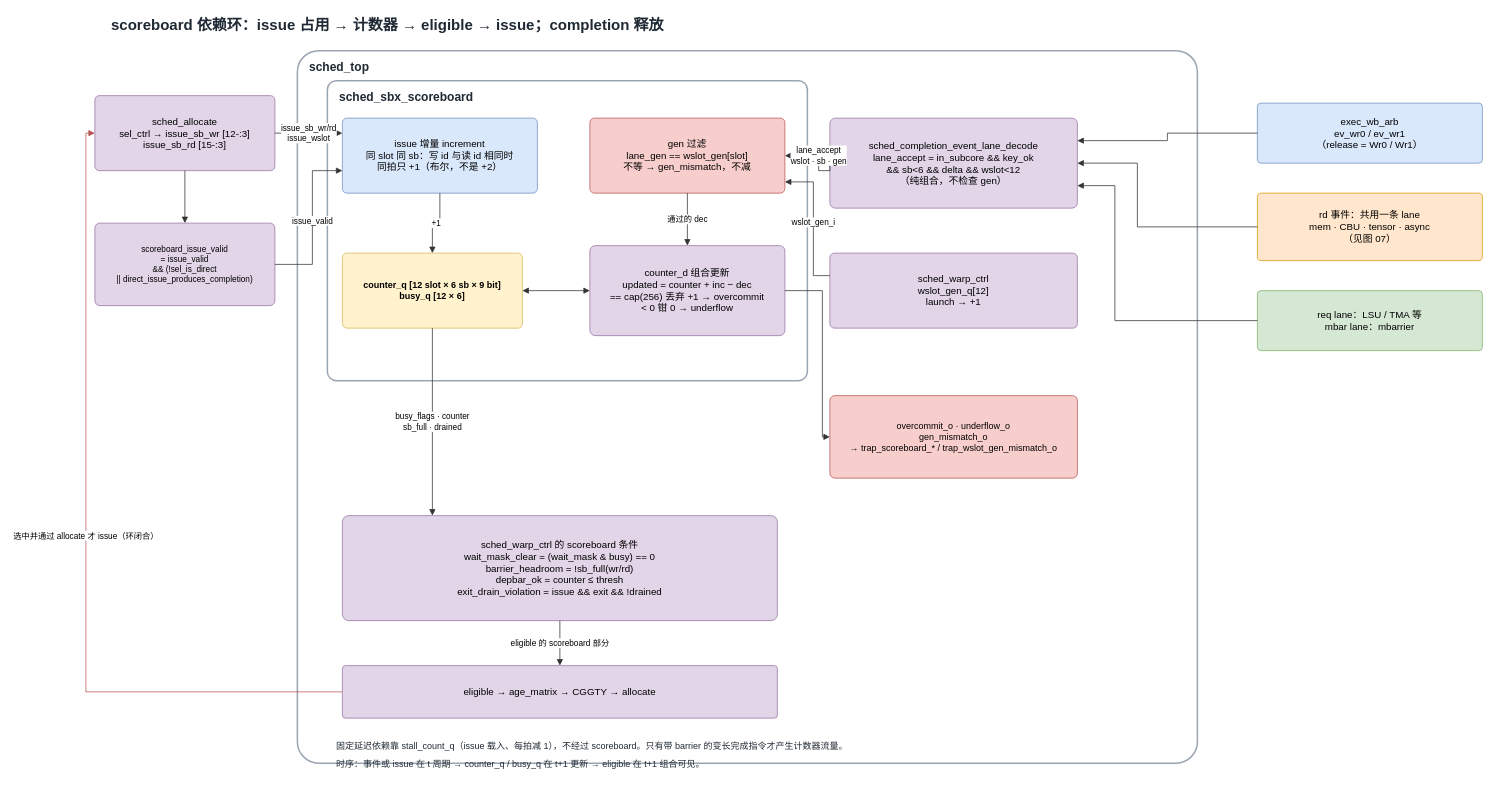
The draw.io diagram projects/currygpu_subcore_ppt169_20261004/sources/06-scoreboard-loop.drawio in WHUDYF/PPT-generate, before the edit. Source tidied: cells renumbered, new cells numbered last; positions are measured from the earlier drawing's top-left corner, leaving out a move shared by most shapes. Both pictures are drawn from the tidied source at 75%, with x=0, y=0 at pixel (86, 13).
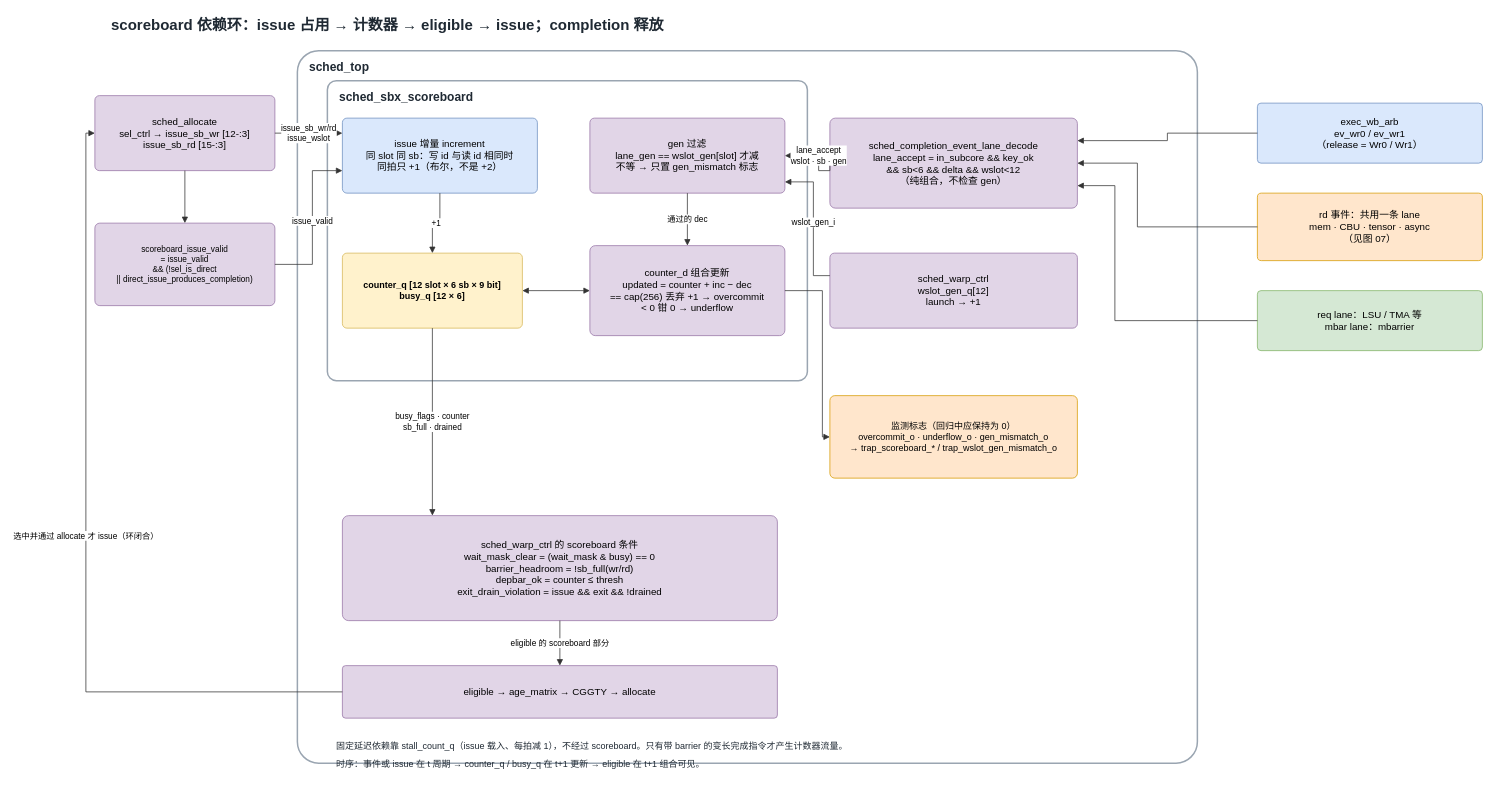
After the change.

Commit message (it also covers changes not shown here):
Reword scoreboard topic diagrams as verification scenarios

Regenerate 06-08 with neutral wording: monitoring flags and verification
scenarios instead of risk annotations. Structure and signal names are
unchanged.

Unchanged cells that the change refers to:
```xml
<mxCell id="3" value="sched_allocate&#10;sel_ctrl → issue_sb_wr [12-:3]&#10;issue_sb_rd [15-:3]" style="rounded=1;arcSize=6;whiteSpace=wrap;html=1;fillColor=#E1D5E7;strokeColor=#9673A6;fontSize=13;" parent="1" vertex="1">
  <mxGeometry x="12" y="110" width="240" height="100" as="geometry" />
</mxCell>
<mxCell id="15" value="eligible → age_matrix → CGGTY → allocate" style="rounded=1;arcSize=6;whiteSpace=wrap;html=1;fillColor=#E1D5E7;strokeColor=#9673A6;fontSize=13;" parent="1" vertex="1">
  <mxGeometry x="342" y="870" width="580" height="70" as="geometry" />
</mxCell>
```

What changed in the source:
```diff
@@
-    <mxCell id="8" value="gen 过滤&#10;lane_gen == wslot_gen[slot]&#10;不等 → gen_mismatch，不减" style="rounded=1;arcSize=6;whiteSpace=wrap;html=1;fillColor=#F8CECC;strokeColor=#B85450;fontSize=13;" parent="1" vertex="1">
+    <mxCell id="8" value="gen 过滤&#10;lane_gen == wslot_gen[slot] 才减&#10;不等 → 只置 gen_mismatch 标志" style="rounded=1;arcSize=6;whiteSpace=wrap;html=1;fillColor=#E1D5E7;strokeColor=#9673A6;fontSize=13;" parent="1" vertex="1">
       <mxGeometry x="672" y="140" width="260" height="100" as="geometry" />
     </mxCell>
@@
-    <mxCell id="13" value="overcommit_o · underflow_o&#10;gen_mismatch_o&#10;→ trap_scoreboard_* / trap_wslot_gen_mismatch_o" style="rounded=1;arcSize=6;whiteSpace=wrap;html=1;fillColor=#F8CECC;strokeColor=#B85450;fontSize=12;" parent="1" vertex="1">
+    <mxCell id="13" value="监测标志（回归中应保持为 0）&#10;overcommit_o · underflow_o · gen_mismatch_o&#10;→ trap_scoreboard_* / trap_wslot_gen_mismatch_o" style="rounded=1;arcSize=6;whiteSpace=wrap;html=1;fillColor=#FFE6CC;strokeColor=#D79B00;fontSize=12;" parent="1" vertex="1">
       <mxGeometry x="992" y="510" width="330" height="110" as="geometry" />
     </mxCell>
@@
-    <mxCell id="30" value="选中并通过 allocate 才 issue（环闭合）" style="edgeStyle=orthogonalEdgeStyle;rounded=0;html=1;endArrow=block;endFill=1;strokeColor=#B85450;fontSize=11;labelBackgroundColor=#FFFFFF;exitX=0;exitY=0.5;exitDx=0;exitDy=0;entryX=0;entryY=0.5;entryDx=0;entryDy=0;" parent="1" edge="1" source="15" target="3">
+    <mxCell id="30" value="选中并通过 allocate 才 issue（环闭合）" style="edgeStyle=orthogonalEdgeStyle;rounded=0;html=1;endArrow=block;endFill=1;strokeColor=#333333;fontSize=11;labelBackgroundColor=#FFFFFF;exitX=0;exitY=0.5;exitDx=0;exitDy=0;entryX=0;entryY=0.5;entryDx=0;entryDy=0;" parent="1" edge="1" source="15" target="3">
       <mxGeometry relative="1" as="geometry">
         <Array as="points">
           <mxPoint y="905" />
           <mxPoint y="160" />
         </Array>
       </mxGeometry>
     </mxCell>
```
